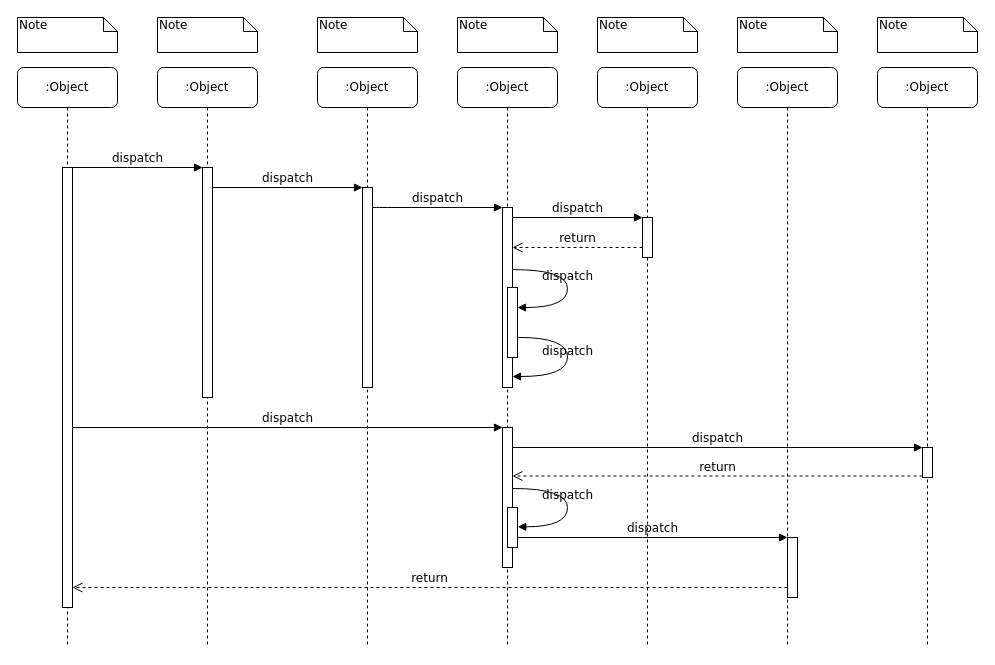
The draw.io diagram .metadata/Sequence Diagram.drawio in Michall2021/learn-java, before the edit. Source tidied: cells renumbered, new cells numbered last; positions are measured from the earlier drawing's top-left corner, leaving out a move shared by most shapes. Both pictures are drawn from the tidied source at 100%, with x=0, y=0 at pixel (17, 17).
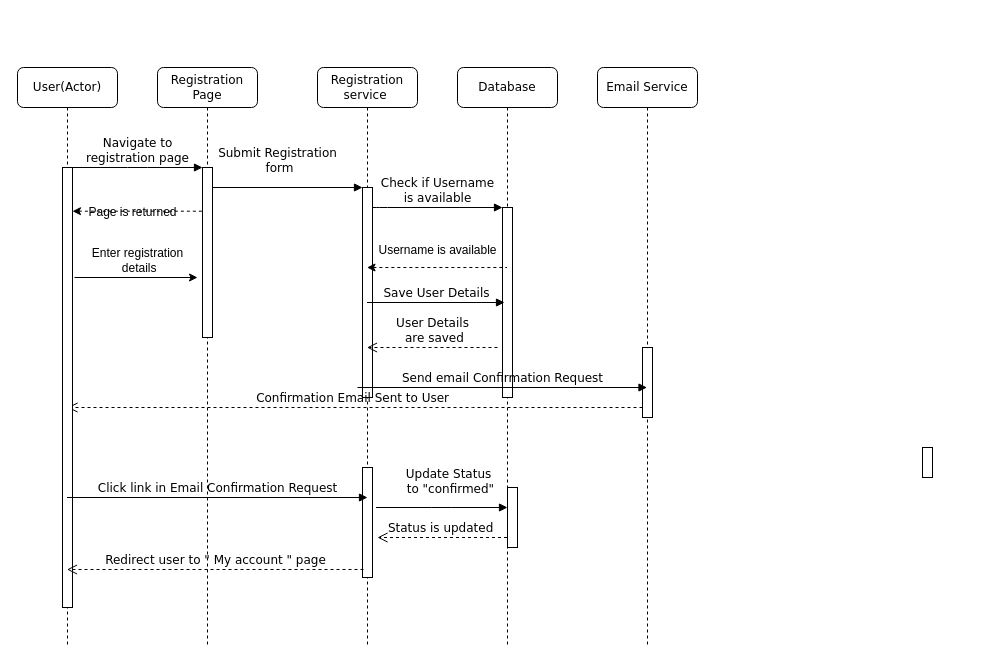
After the change.

The change refers to these unchanged cells:
```xml
<mxCell id="11" style="html=1;points=[];perimeter=orthogonalPerimeter;rounded=0;shadow=0;comic=0;labelBackgroundColor=none;strokeWidth=1;fontFamily=Verdana;fontSize=12;align=center;" parent="10" vertex="1">
  <mxGeometry x="45" y="100" width="10" height="440" as="geometry" />
</mxCell>
<mxCell id="19" style="html=1;points=[];perimeter=orthogonalPerimeter;rounded=0;shadow=0;comic=0;labelBackgroundColor=none;strokeColor=#000000;strokeWidth=1;fillColor=#FFFFFF;fontFamily=Verdana;fontSize=12;fontColor=#000000;align=center;" parent="1" vertex="1">
  <mxGeometry x="905" y="430" width="10" height="30" as="geometry" />
</mxCell>
```

Diff of the diagram source:
```diff
@@
-    <mxCell id="2" value=":Object" style="shape=umlLifeline;perimeter=lifelinePerimeter;whiteSpace=wrap;html=1;rounded=1;shadow=0;comic=0;labelBackgroundColor=none;strokeWidth=1;fontFamily=Verdana;fontSize=12;align=center;" parent="1" vertex="1">
+    <mxCell id="2" value="Registration Page" style="shape=umlLifeline;perimeter=lifelinePerimeter;whiteSpace=wrap;html=1;rounded=1;shadow=0;comic=0;labelBackgroundColor=none;strokeWidth=1;fontFamily=Verdana;fontSize=12;align=center;" parent="1" vertex="1">
       <mxGeometry x="140" y="50" width="100" height="580" as="geometry" />
     </mxCell>
     <mxCell id="3" style="html=1;points=[];perimeter=orthogonalPerimeter;rounded=0;shadow=0;comic=0;labelBackgroundColor=none;strokeWidth=1;fontFamily=Verdana;fontSize=12;align=center;" parent="2" vertex="1">
-      <mxGeometry x="45" y="100" width="10" height="230" as="geometry" />
+      <mxGeometry x="45" y="100" width="10" height="170" as="geometry" />
     </mxCell>
-    <mxCell id="4" value=":Object" style="shape=umlLifeline;perimeter=lifelinePerimeter;whiteSpace=wrap;html=1;outlineConnect=0;rounded=1;shadow=0;comic=0;labelBackgroundColor=none;strokeWidth=1;fontFamily=Verdana;fontSize=12;align=center;" parent="1" vertex="1">
+    <mxCell id="4" value="Registration service&amp;nbsp;" style="shape=umlLifeline;perimeter=lifelinePerimeter;whiteSpace=wrap;html=1;outlineConnect=0;rounded=1;shadow=0;comic=0;labelBackgroundColor=none;strokeWidth=1;fontFamily=Verdana;fontSize=12;align=center;" parent="1" vertex="1">
       <mxGeometry x="300" y="50" width="100" height="580" as="geometry" />
     </mxCell>
     <mxCell id="5" style="html=1;points=[];perimeter=orthogonalPerimeter;rounded=0;shadow=0;comic=0;labelBackgroundColor=none;strokeWidth=1;fontFamily=Verdana;fontSize=12;align=center;" parent="4" vertex="1">
-      <mxGeometry x="45" y="120" width="10" height="200" as="geometry" />
+      <mxGeometry x="45" y="120" width="10" height="210" as="geometry" />
     </mxCell>
+    <mxCell id="24" value="Confirmation Email Sent to User&amp;nbsp;" style="html=1;verticalAlign=bottom;endArrow=open;dashed=1;endSize=8;labelBackgroundColor=none;fontFamily=Verdana;fontSize=12;edgeStyle=elbowEdgeStyle;elbow=vertical;" parent="4" edge="1">
+      <mxGeometry relative="1" as="geometry">
+        <mxPoint x="325" y="340" as="sourcePoint" />
+        <mxPoint x="-250" y="340" as="targetPoint" />
+        <Array as="points">
+          <mxPoint x="165" y="340" />
+        </Array>
+      </mxGeometry>
+    </mxCell>
+    <mxCell id="27" style="html=1;points=[];perimeter=orthogonalPerimeter;rounded=0;shadow=0;comic=0;labelBackgroundColor=none;strokeWidth=1;fontFamily=Verdana;fontSize=12;align=center;" parent="4" vertex="1">
+      <mxGeometry x="45" y="400" width="10" height="110" as="geometry" />
+    </mxCell>
-    <mxCell id="6" value=":Object" style="shape=umlLifeline;perimeter=lifelinePerimeter;whiteSpace=wrap;html=1;outlineConnect=0;rounded=1;shadow=0;comic=0;labelBackgroundColor=none;strokeWidth=1;fontFamily=Verdana;fontSize=12;align=center;" parent="1" vertex="1">
+    <mxCell id="6" value="Database" style="shape=umlLifeline;perimeter=lifelinePerimeter;whiteSpace=wrap;html=1;outlineConnect=0;rounded=1;shadow=0;comic=0;labelBackgroundColor=none;strokeWidth=1;fontFamily=Verdana;fontSize=12;align=center;" parent="1" vertex="1">
       <mxGeometry x="440" y="50" width="100" height="580" as="geometry" />
     </mxCell>
-    <mxCell id="7" value=":Object" style="shape=umlLifeline;perimeter=lifelinePerimeter;whiteSpace=wrap;html=1;outlineConnect=0;rounded=1;shadow=0;comic=0;labelBackgroundColor=none;strokeWidth=1;fontFamily=Verdana;fontSize=12;align=center;" parent="1" vertex="1">
+    <mxCell id="7" value="Email Service" style="shape=umlLifeline;perimeter=lifelinePerimeter;whiteSpace=wrap;html=1;outlineConnect=0;rounded=1;shadow=0;comic=0;labelBackgroundColor=none;strokeWidth=1;fontFamily=Verdana;fontSize=12;align=center;" parent="1" vertex="1">
       <mxGeometry x="580" y="50" width="100" height="580" as="geometry" />
     </mxCell>
-    <mxCell id="8" value=":Object" style="shape=umlLifeline;perimeter=lifelinePerimeter;whiteSpace=wrap;html=1;rounded=1;shadow=0;comic=0;labelBackgroundColor=none;strokeWidth=1;fontFamily=Verdana;fontSize=12;align=center;" parent="1" vertex="1">
-      <mxGeometry x="720" y="50" width="100" height="580" as="geometry" />
-    </mxCell>
-    <mxCell id="9" value=":Object" style="shape=umlLifeline;perimeter=lifelinePerimeter;whiteSpace=wrap;html=1;rounded=1;shadow=0;comic=0;labelBackgroundColor=none;strokeWidth=1;fontFamily=Verdana;fontSize=12;align=center;" parent="1" vertex="1">
-      <mxGeometry x="860" y="50" width="100" height="580" as="geometry" />
-    </mxCell>
+    <mxCell id="22" style="html=1;points=[];perimeter=orthogonalPerimeter;rounded=0;shadow=0;comic=0;labelBackgroundColor=none;strokeWidth=1;fontFamily=Verdana;fontSize=12;align=center;" parent="7" vertex="1">
+      <mxGeometry x="45" y="280" width="10" height="70" as="geometry" />
+    </mxCell>
-    <mxCell id="10" value=":Object" style="shape=umlLifeline;perimeter=lifelinePerimeter;whiteSpace=wrap;html=1;outlineConnect=0;rounded=1;shadow=0;comic=0;labelBackgroundColor=none;strokeWidth=1;fontFamily=Verdana;fontSize=12;align=center;" parent="1" vertex="1">
+    <mxCell id="10" value="User(Actor)" style="shape=umlLifeline;perimeter=lifelinePerimeter;whiteSpace=wrap;html=1;outlineConnect=0;rounded=1;shadow=0;comic=0;labelBackgroundColor=none;strokeWidth=1;fontFamily=Verdana;fontSize=12;align=center;" parent="1" vertex="1">
       <mxGeometry y="50" width="100" height="580" as="geometry" />
     </mxCell>
@@
     <mxCell id="12" style="html=1;points=[];perimeter=orthogonalPerimeter;rounded=0;shadow=0;comic=0;labelBackgroundColor=none;strokeWidth=1;fontFamily=Verdana;fontSize=12;align=center;" parent="1" vertex="1">
-      <mxGeometry x="485" y="190" width="10" height="180" as="geometry" />
+      <mxGeometry x="485" y="190" width="10" height="190" as="geometry" />
     </mxCell>
-    <mxCell id="13" value="dispatch" style="html=1;verticalAlign=bottom;endArrow=block;labelBackgroundColor=none;fontFamily=Verdana;fontSize=12;edgeStyle=elbowEdgeStyle;elbow=vertical;" parent="1" edge="1" source="5" target="12">
+    <mxCell id="13" value="Check if Username &lt;br&gt;is available" style="html=1;verticalAlign=bottom;endArrow=block;labelBackgroundColor=none;fontFamily=Verdana;fontSize=12;edgeStyle=elbowEdgeStyle;elbow=vertical;" parent="1" edge="1" source="5" target="12">
       <mxGeometry relative="1" as="geometry">
         <Array as="points">
           <mxPoint x="360" y="190" />
         </Array>
       </mxGeometry>
     </mxCell>
-    <mxCell id="14" style="html=1;points=[];perimeter=orthogonalPerimeter;rounded=0;shadow=0;comic=0;labelBackgroundColor=none;strokeWidth=1;fontFamily=Verdana;fontSize=12;align=center;" parent="1" vertex="1">
-      <mxGeometry x="625" y="200" width="10" height="40" as="geometry" />
-    </mxCell>
-    <mxCell id="15" value="dispatch" style="html=1;verticalAlign=bottom;endArrow=block;entryX=0;entryY=0;labelBackgroundColor=none;fontFamily=Verdana;fontSize=12;edgeStyle=elbowEdgeStyle;elbow=vertical;" parent="1" edge="1" source="12" target="14">
+    <mxCell id="15" value="Save User Details" style="html=1;verticalAlign=bottom;endArrow=block;labelBackgroundColor=none;fontFamily=Verdana;fontSize=12;edgeStyle=elbowEdgeStyle;elbow=vertical;entryX=0.2;entryY=0.5;entryDx=0;entryDy=0;entryPerimeter=0;" parent="1" edge="1" source="4" target="12">
       <mxGeometry relative="1" as="geometry" />
     </mxCell>
-    <mxCell id="16" value="return" style="html=1;verticalAlign=bottom;endArrow=open;dashed=1;endSize=8;labelBackgroundColor=none;fontFamily=Verdana;fontSize=12;edgeStyle=elbowEdgeStyle;elbow=vertical;" parent="1" edge="1" source="14" target="12">
-      <mxGeometry relative="1" as="geometry">
-        <Array as="points">
-          <mxPoint x="570" y="230" />
-          <mxPoint x="600" y="230" />
-        </Array>
-      </mxGeometry>
-    </mxCell>
-    <mxCell id="17" style="html=1;points=[];perimeter=orthogonalPerimeter;rounded=0;shadow=0;comic=0;labelBackgroundColor=none;strokeWidth=1;fontFamily=Verdana;fontSize=12;align=center;" parent="1" vertex="1">
-      <mxGeometry x="485" y="410" width="10" height="140" as="geometry" />
-    </mxCell>
-    <mxCell id="18" value="dispatch" style="html=1;verticalAlign=bottom;endArrow=block;entryX=0;entryY=0;labelBackgroundColor=none;fontFamily=Verdana;fontSize=12;" parent="1" edge="1" source="11" target="17">
-      <mxGeometry relative="1" as="geometry" />
+    <mxCell id="18" value="Send email Confirmation Request" style="html=1;verticalAlign=bottom;endArrow=block;labelBackgroundColor=none;fontFamily=Verdana;fontSize=12;" parent="1" edge="1" target="7">
+      <mxGeometry relative="1" as="geometry">
+        <mxPoint x="340" y="370" as="sourcePoint" />
+      </mxGeometry>
     </mxCell>
@@
-    <mxCell id="20" value="dispatch" style="html=1;verticalAlign=bottom;endArrow=block;entryX=0;entryY=0;labelBackgroundColor=none;fontFamily=Verdana;fontSize=12;" parent="1" edge="1" source="17" target="19">
-      <mxGeometry relative="1" as="geometry" />
-    </mxCell>
-    <mxCell id="21" value="return" style="html=1;verticalAlign=bottom;endArrow=open;dashed=1;endSize=8;exitX=0;exitY=0.95;labelBackgroundColor=none;fontFamily=Verdana;fontSize=12;" parent="1" edge="1" source="19" target="17">
-      <mxGeometry relative="1" as="geometry" />
+    <mxCell id="21" value="User Details&lt;br&gt;&amp;nbsp;are saved" style="html=1;verticalAlign=bottom;endArrow=open;dashed=1;endSize=8;labelBackgroundColor=none;fontFamily=Verdana;fontSize=12;" parent="1" edge="1" target="4">
+      <mxGeometry relative="1" as="geometry">
+        <mxPoint x="480" y="330" as="sourcePoint" />
+        <Array as="points">
+          <mxPoint x="390" y="330" />
+        </Array>
+      </mxGeometry>
     </mxCell>
-    <mxCell id="22" style="html=1;points=[];perimeter=orthogonalPerimeter;rounded=0;shadow=0;comic=0;labelBackgroundColor=none;strokeWidth=1;fontFamily=Verdana;fontSize=12;align=center;" parent="1" vertex="1">
-      <mxGeometry x="770" y="520" width="10" height="60" as="geometry" />
-    </mxCell>
-    <mxCell id="23" value="dispatch" style="html=1;verticalAlign=bottom;endArrow=block;entryX=0;entryY=0;labelBackgroundColor=none;fontFamily=Verdana;fontSize=12;edgeStyle=elbowEdgeStyle;elbow=vertical;" parent="1" edge="1" source="30" target="22">
-      <mxGeometry relative="1" as="geometry" />
-    </mxCell>
-    <mxCell id="24" value="return" style="html=1;verticalAlign=bottom;endArrow=open;dashed=1;endSize=8;labelBackgroundColor=none;fontFamily=Verdana;fontSize=12;edgeStyle=elbowEdgeStyle;elbow=vertical;" parent="1" edge="1" source="22" target="11">
-      <mxGeometry relative="1" as="geometry">
-        <Array as="points">
-          <mxPoint x="470" y="570" />
-        </Array>
-      </mxGeometry>
-    </mxCell>
-    <mxCell id="25" value="dispatch" style="html=1;verticalAlign=bottom;endArrow=block;entryX=0;entryY=0;labelBackgroundColor=none;fontFamily=Verdana;fontSize=12;edgeStyle=elbowEdgeStyle;elbow=vertical;" parent="1" edge="1" source="11" target="3">
+    <mxCell id="25" value="Navigate to &lt;br&gt;registration page" style="html=1;verticalAlign=bottom;endArrow=block;entryX=0;entryY=0;labelBackgroundColor=none;fontFamily=Verdana;fontSize=12;edgeStyle=elbowEdgeStyle;elbow=vertical;" parent="1" edge="1" source="11" target="3">
       <mxGeometry relative="1" as="geometry" />
     </mxCell>
-    <mxCell id="26" value="dispatch" style="html=1;verticalAlign=bottom;endArrow=block;entryX=0;entryY=0;labelBackgroundColor=none;fontFamily=Verdana;fontSize=12;edgeStyle=elbowEdgeStyle;elbow=vertical;" parent="1" edge="1" source="3" target="5">
-      <mxGeometry relative="1" as="geometry" />
+    <mxCell id="26" value="Submit Registration&lt;br&gt;&amp;nbsp;form" style="html=1;verticalAlign=bottom;endArrow=block;entryX=0;entryY=0;labelBackgroundColor=none;fontFamily=Verdana;fontSize=12;edgeStyle=elbowEdgeStyle;elbow=vertical;" parent="1" edge="1" source="3" target="5">
+      <mxGeometry x="-0.13" y="10" relative="1" as="geometry" />
     </mxCell>
-    <mxCell id="27" style="html=1;points=[];perimeter=orthogonalPerimeter;rounded=0;shadow=0;comic=0;labelBackgroundColor=none;strokeWidth=1;fontFamily=Verdana;fontSize=12;align=center;" parent="1" vertex="1">
-      <mxGeometry x="490" y="270" width="10" height="70" as="geometry" />
-    </mxCell>
-    <mxCell id="28" value="dispatch" style="html=1;verticalAlign=bottom;endArrow=block;labelBackgroundColor=none;fontFamily=Verdana;fontSize=12;elbow=vertical;edgeStyle=orthogonalEdgeStyle;curved=1;entryX=1;entryY=0.286;entryPerimeter=0;exitX=1.038;exitY=0.345;exitPerimeter=0;" parent="1" edge="1" source="12" target="27">
-      <mxGeometry relative="1" as="geometry">
-        <Array as="points">
-          <mxPoint x="550" y="252" />
-          <mxPoint x="550" y="290" />
-        </Array>
-      </mxGeometry>
-    </mxCell>
-    <mxCell id="29" value="dispatch" style="html=1;verticalAlign=bottom;endArrow=block;labelBackgroundColor=none;fontFamily=Verdana;fontSize=12;elbow=vertical;edgeStyle=orthogonalEdgeStyle;curved=1;exitX=1.066;exitY=0.713;exitPerimeter=0;" parent="1" edge="1" source="27">
-      <mxGeometry relative="1" as="geometry">
-        <mxPoint x="495" y="359" as="targetPoint" />
-        <Array as="points">
-          <mxPoint x="550" y="320" />
-          <mxPoint x="550" y="359" />
-        </Array>
-      </mxGeometry>
-    </mxCell>
     <mxCell id="30" style="html=1;points=[];perimeter=orthogonalPerimeter;rounded=0;shadow=0;comic=0;labelBackgroundColor=none;strokeWidth=1;fontFamily=Verdana;fontSize=12;align=center;" parent="1" vertex="1">
-      <mxGeometry x="490" y="490" width="10" height="40" as="geometry" />
+      <mxGeometry x="490" y="470" width="10" height="60" as="geometry" />
     </mxCell>
-    <mxCell id="31" value="dispatch" style="html=1;verticalAlign=bottom;endArrow=block;labelBackgroundColor=none;fontFamily=Verdana;fontSize=12;elbow=vertical;edgeStyle=orthogonalEdgeStyle;curved=1;entryX=1;entryY=0.286;entryPerimeter=0;exitX=1.038;exitY=0.345;exitPerimeter=0;" parent="1" edge="1">
-      <mxGeometry relative="1" as="geometry">
-        <mxPoint x="495.3" y="471" as="sourcePoint" />
-        <mxPoint x="500.3" y="509.3" as="targetPoint" />
-        <Array as="points">
-          <mxPoint x="550" y="471" />
-          <mxPoint x="550" y="509" />
-        </Array>
-      </mxGeometry>
-    </mxCell>
-    <mxCell id="32" value="Note" style="shape=note;whiteSpace=wrap;html=1;size=14;verticalAlign=top;align=left;spacingTop=-6;rounded=0;shadow=0;comic=0;labelBackgroundColor=none;strokeWidth=1;fontFamily=Verdana;fontSize=12;" parent="1" vertex="1">
-      <mxGeometry width="100" height="35" as="geometry" />
-    </mxCell>
-    <mxCell id="33" value="Note" style="shape=note;whiteSpace=wrap;html=1;size=14;verticalAlign=top;align=left;spacingTop=-6;rounded=0;shadow=0;comic=0;labelBackgroundColor=none;strokeWidth=1;fontFamily=Verdana;fontSize=12;" parent="1" vertex="1">
-      <mxGeometry x="140" width="100" height="35" as="geometry" />
-    </mxCell>
-    <mxCell id="34" value="Note" style="shape=note;whiteSpace=wrap;html=1;size=14;verticalAlign=top;align=left;spacingTop=-6;rounded=0;shadow=0;comic=0;labelBackgroundColor=none;strokeWidth=1;fontFamily=Verdana;fontSize=12;" parent="1" vertex="1">
-      <mxGeometry x="300" width="100" height="35" as="geometry" />
-    </mxCell>
-    <mxCell id="35" value="Note" style="shape=note;whiteSpace=wrap;html=1;size=14;verticalAlign=top;align=left;spacingTop=-6;rounded=0;shadow=0;comic=0;labelBackgroundColor=none;strokeWidth=1;fontFamily=Verdana;fontSize=12;" parent="1" vertex="1">
-      <mxGeometry x="440" width="100" height="35" as="geometry" />
-    </mxCell>
-    <mxCell id="36" value="Note" style="shape=note;whiteSpace=wrap;html=1;size=14;verticalAlign=top;align=left;spacingTop=-6;rounded=0;shadow=0;comic=0;labelBackgroundColor=none;strokeWidth=1;fontFamily=Verdana;fontSize=12;" parent="1" vertex="1">
-      <mxGeometry x="580" width="100" height="35" as="geometry" />
-    </mxCell>
-    <mxCell id="37" value="Note" style="shape=note;whiteSpace=wrap;html=1;size=14;verticalAlign=top;align=left;spacingTop=-6;rounded=0;shadow=0;comic=0;labelBackgroundColor=none;strokeWidth=1;fontFamily=Verdana;fontSize=12;" parent="1" vertex="1">
-      <mxGeometry x="720" width="100" height="35" as="geometry" />
-    </mxCell>
-    <mxCell id="38" value="Note" style="shape=note;whiteSpace=wrap;html=1;size=14;verticalAlign=top;align=left;spacingTop=-6;rounded=0;shadow=0;comic=0;labelBackgroundColor=none;strokeWidth=1;fontFamily=Verdana;fontSize=12;" parent="1" vertex="1">
-      <mxGeometry x="860" width="100" height="35" as="geometry" />
-    </mxCell>
+    <mxCell id="39" style="endArrow=none;dashed=1;html=1;rounded=0;entryX=0.2;entryY=0.257;entryDx=0;entryDy=0;entryPerimeter=0;startArrow=classic;startFill=1;" parent="1" edge="1" source="11" target="3">
+      <mxGeometry relative="1" as="geometry" />
+    </mxCell>
+    <mxCell id="40" value="Page is returned" style="text;html=1;align=center;verticalAlign=middle;strokeColor=none;fillColor=none;" parent="1" vertex="1">
+      <mxGeometry x="60" y="180" width="110" height="30" as="geometry" />
+    </mxCell>
+    <mxCell id="41" style="endArrow=classic;html=1;rounded=0;exitX=1.2;exitY=0.25;exitDx=0;exitDy=0;exitPerimeter=0;" parent="1" edge="1" source="11">
+      <mxGeometry relative="1" as="geometry">
+        <mxPoint x="180" y="260" as="targetPoint" />
+      </mxGeometry>
+    </mxCell>
+    <mxCell id="42" value="Enter registration&lt;br&gt;&amp;nbsp;details" style="text;html=1;align=center;verticalAlign=middle;strokeColor=none;fillColor=none;" parent="1" vertex="1">
+      <mxGeometry x="65" y="223" width="110" height="40" as="geometry" />
+    </mxCell>
+    <mxCell id="43" style="endArrow=none;dashed=1;html=1;rounded=0;startArrow=classic;startFill=1;" parent="1" edge="1" source="4" target="6">
+      <mxGeometry relative="1" as="geometry">
+        <Array as="points">
+          <mxPoint x="420" y="250" />
+        </Array>
+      </mxGeometry>
+    </mxCell>
+    <mxCell id="44" value="Username is available" style="text;html=1;align=center;verticalAlign=middle;strokeColor=none;fillColor=none;" parent="1" vertex="1">
+      <mxGeometry x="350" y="218" width="140" height="30" as="geometry" />
+    </mxCell>
+    <mxCell id="20" value="Click link in Email Confirmation Request" style="html=1;verticalAlign=bottom;endArrow=block;labelBackgroundColor=none;fontFamily=Verdana;fontSize=12;" parent="1" edge="1" source="10">
+      <mxGeometry relative="1" as="geometry">
+        <mxPoint x="350" y="480" as="targetPoint" />
+        <Array as="points">
+          <mxPoint x="50" y="480" />
+        </Array>
+      </mxGeometry>
+    </mxCell>
+    <mxCell id="45" value="Redirect user to &quot; My account &quot; page" style="html=1;verticalAlign=bottom;endArrow=open;dashed=1;endSize=8;labelBackgroundColor=none;fontFamily=Verdana;fontSize=12;edgeStyle=elbowEdgeStyle;elbow=vertical;exitX=0.1;exitY=0.927;exitDx=0;exitDy=0;exitPerimeter=0;" parent="1" edge="1" source="27" target="10">
+      <mxGeometry relative="1" as="geometry" />
+    </mxCell>
+    <mxCell id="46" value="Update Status&lt;br&gt;&amp;nbsp;to &quot;confirmed&quot;" style="html=1;verticalAlign=bottom;endArrow=block;labelBackgroundColor=none;fontFamily=Verdana;fontSize=12;edgeStyle=elbowEdgeStyle;elbow=vertical;exitX=1.3;exitY=0.536;exitDx=0;exitDy=0;exitPerimeter=0;" parent="1" edge="1">
+      <mxGeometry x="0.1" y="9" relative="1" as="geometry">
+        <mxPoint x="358.5" y="490" as="sourcePoint" />
+        <mxPoint x="490" y="490" as="targetPoint" />
+      </mxGeometry>
+    </mxCell>
+    <mxCell id="47" value="Status is updated&amp;nbsp;" style="html=1;verticalAlign=bottom;endArrow=open;dashed=1;endSize=8;labelBackgroundColor=none;fontFamily=Verdana;fontSize=12;" parent="1" edge="1" source="6">
+      <mxGeometry relative="1" as="geometry">
+        <mxPoint x="360" y="520" as="targetPoint" />
+      </mxGeometry>
+    </mxCell>
```
